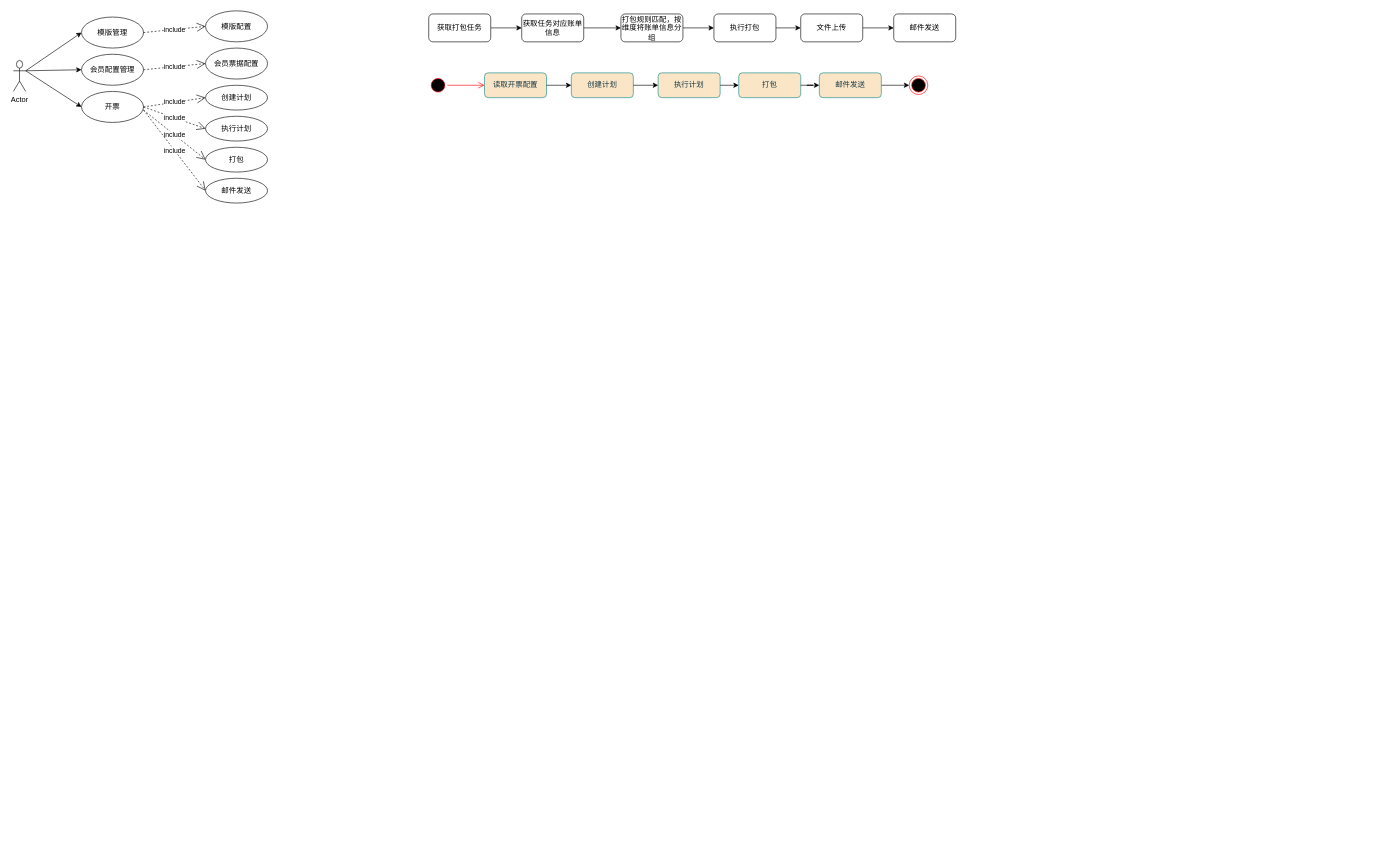
Before: page "第 3 页" (3 of 3) of 未命名绘图.drawio in littleDagron/Helloworld, a draw.io diagram. Source tidied: cells renumbered, new cells numbered last; positions are measured from the earlier drawing's top-left corner, leaving out a move shared by most shapes. Both pictures are drawn from the tidied source at 62%, with x=0, y=0 at pixel (13, 11).
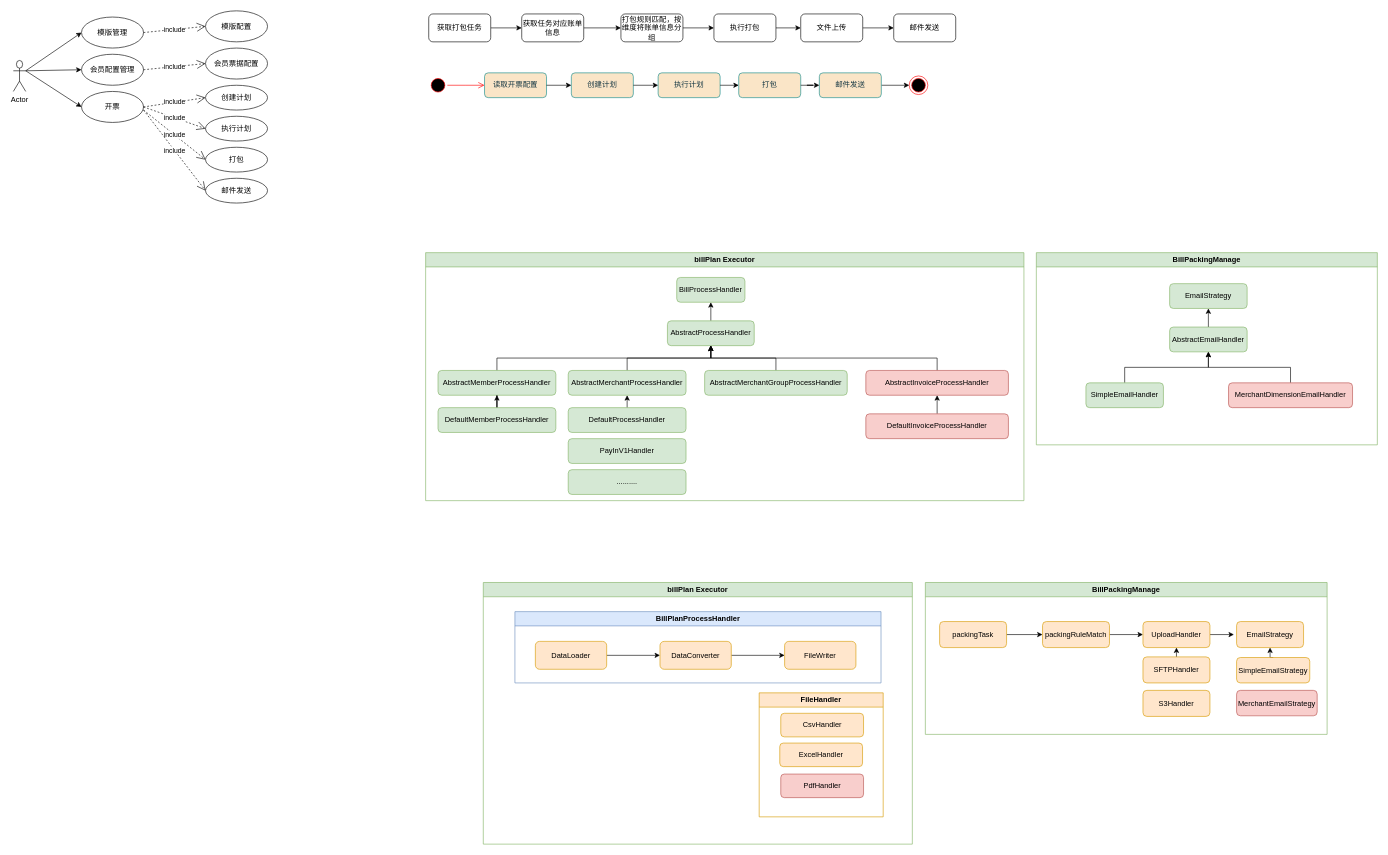
The same page after the edit.

Commit message:
更新未命名绘图.drawio

What changed in the source:
```diff
@@
+    <mxCell id="46" value="billPlan Executor" style="swimlane;whiteSpace=wrap;html=1;fillColor=#d5e8d4;strokeColor=#82b366;" parent="1" vertex="1">
+      <mxGeometry x="665" y="390" width="965" height="400" as="geometry" />
+    </mxCell>
+    <mxCell id="47" value="BillProcessHandler" style="rounded=1;whiteSpace=wrap;html=1;fillColor=#d5e8d4;strokeColor=#82b366;" parent="46" vertex="1">
+      <mxGeometry x="405" y="40" width="110" height="40" as="geometry" />
+    </mxCell>
+    <mxCell id="48" style="edgeStyle=orthogonalEdgeStyle;rounded=0;jettySize=auto;html=1;exitX=0.5;exitY=0;exitDx=0;exitDy=0;entryX=0.5;entryY=1;entryDx=0;entryDy=0;" parent="46" edge="1" source="49" target="47">
+      <mxGeometry relative="1" as="geometry" />
+    </mxCell>
+    <mxCell id="49" value="AbstractProcessHandler" style="rounded=1;whiteSpace=wrap;html=1;fillColor=#d5e8d4;strokeColor=#82b366;" parent="46" vertex="1">
+      <mxGeometry x="390" y="110" width="140" height="40" as="geometry" />
+    </mxCell>
+    <mxCell id="50" style="edgeStyle=orthogonalEdgeStyle;rounded=0;jettySize=auto;html=1;exitX=0.5;exitY=0;exitDx=0;exitDy=0;entryX=0.5;entryY=1;entryDx=0;entryDy=0;" parent="46" edge="1" source="51" target="49">
+      <mxGeometry relative="1" as="geometry" />
+    </mxCell>
+    <mxCell id="51" value="AbstractMemberProcessHandler" style="rounded=1;whiteSpace=wrap;html=1;fillColor=#d5e8d4;strokeColor=#82b366;" parent="46" vertex="1">
+      <mxGeometry x="20" y="190" width="190" height="40" as="geometry" />
+    </mxCell>
+    <mxCell id="52" style="edgeStyle=orthogonalEdgeStyle;rounded=0;jettySize=auto;html=1;exitX=0.5;exitY=0;exitDx=0;exitDy=0;entryX=0.5;entryY=1;entryDx=0;entryDy=0;" parent="46" edge="1" source="53" target="49">
+      <mxGeometry relative="1" as="geometry" />
+    </mxCell>
+    <mxCell id="53" value="AbstractMerchantProcessHandler" style="rounded=1;whiteSpace=wrap;html=1;fillColor=#d5e8d4;strokeColor=#82b366;" parent="46" vertex="1">
+      <mxGeometry x="230" y="190" width="190" height="40" as="geometry" />
+    </mxCell>
+    <mxCell id="54" style="edgeStyle=orthogonalEdgeStyle;rounded=0;jettySize=auto;html=1;exitX=0.5;exitY=0;exitDx=0;exitDy=0;entryX=0.5;entryY=1;entryDx=0;entryDy=0;" parent="46" edge="1" source="55" target="49">
+      <mxGeometry relative="1" as="geometry" />
+    </mxCell>
+    <mxCell id="55" value="AbstractMerchantGroupProcessHandler" style="rounded=1;whiteSpace=wrap;html=1;fillColor=#d5e8d4;strokeColor=#82b366;" parent="46" vertex="1">
+      <mxGeometry x="450" y="190" width="230" height="40" as="geometry" />
+    </mxCell>
+    <mxCell id="56" style="edgeStyle=orthogonalEdgeStyle;rounded=0;jettySize=auto;html=1;exitX=0.5;exitY=0;exitDx=0;exitDy=0;entryX=0.5;entryY=1;entryDx=0;entryDy=0;" parent="46" edge="1" source="57" target="49">
+      <mxGeometry relative="1" as="geometry" />
+    </mxCell>
+    <mxCell id="57" value="AbstractInvoiceProcessHandler" style="rounded=1;whiteSpace=wrap;html=1;fillColor=#f8cecc;strokeColor=#b85450;" parent="46" vertex="1">
+      <mxGeometry x="710" y="190" width="230" height="40" as="geometry" />
+    </mxCell>
+    <mxCell id="58" style="edgeStyle=orthogonalEdgeStyle;rounded=0;jettySize=auto;html=1;exitX=0.5;exitY=0;exitDx=0;exitDy=0;entryX=0.5;entryY=1;entryDx=0;entryDy=0;" parent="46" edge="1" source="59" target="57">
+      <mxGeometry relative="1" as="geometry" />
+    </mxCell>
+    <mxCell id="59" value="DefaultInvoiceProcessHandler" style="rounded=1;whiteSpace=wrap;html=1;fillColor=#f8cecc;strokeColor=#b85450;" parent="46" vertex="1">
+      <mxGeometry x="710" y="260" width="230" height="40" as="geometry" />
+    </mxCell>
+    <mxCell id="60" style="edgeStyle=orthogonalEdgeStyle;rounded=0;jettySize=auto;html=1;exitX=0.5;exitY=0;exitDx=0;exitDy=0;entryX=0.5;entryY=1;entryDx=0;entryDy=0;" parent="46" edge="1" source="61" target="53">
+      <mxGeometry relative="1" as="geometry" />
+    </mxCell>
+    <mxCell id="61" value="DefaultProcessHandler" style="rounded=1;whiteSpace=wrap;html=1;fillColor=#d5e8d4;strokeColor=#82b366;" parent="46" vertex="1">
+      <mxGeometry x="230" y="250" width="190" height="40" as="geometry" />
+    </mxCell>
+    <mxCell id="62" value="PayInV1Handler" style="rounded=1;whiteSpace=wrap;html=1;fillColor=#d5e8d4;strokeColor=#82b366;" parent="46" vertex="1">
+      <mxGeometry x="230" y="300" width="190" height="40" as="geometry" />
+    </mxCell>
+    <mxCell id="63" value=".........." style="rounded=1;whiteSpace=wrap;html=1;fillColor=#d5e8d4;strokeColor=#82b366;" parent="46" vertex="1">
+      <mxGeometry x="230" y="350" width="190" height="40" as="geometry" />
+    </mxCell>
+    <mxCell id="64" style="edgeStyle=orthogonalEdgeStyle;rounded=0;jettySize=auto;html=1;exitX=0.5;exitY=0;exitDx=0;exitDy=0;" parent="46" edge="1" source="65" target="51">
+      <mxGeometry relative="1" as="geometry" />
+    </mxCell>
+    <mxCell id="65" value="DefaultMemberProcessHandler" style="rounded=1;whiteSpace=wrap;html=1;fillColor=#d5e8d4;strokeColor=#82b366;" parent="46" vertex="1">
+      <mxGeometry x="20" y="250" width="190" height="40" as="geometry" />
+    </mxCell>
+    <mxCell id="66" value="BillPackingManage" style="swimlane;whiteSpace=wrap;html=1;fillColor=#d5e8d4;strokeColor=#82b366;" parent="1" vertex="1">
+      <mxGeometry x="1650" y="390" width="550" height="310" as="geometry" />
+    </mxCell>
+    <mxCell id="67" value="EmailStrategy" style="rounded=1;whiteSpace=wrap;html=1;fillColor=#d5e8d4;strokeColor=#82b366;" parent="66" vertex="1">
+      <mxGeometry x="215" y="50" width="125" height="40" as="geometry" />
+    </mxCell>
+    <mxCell id="68" style="edgeStyle=orthogonalEdgeStyle;rounded=0;jettySize=auto;html=1;exitX=0.5;exitY=0;exitDx=0;exitDy=0;entryX=0.5;entryY=1;entryDx=0;entryDy=0;" parent="66" edge="1" source="69" target="67">
+      <mxGeometry relative="1" as="geometry" />
+    </mxCell>
+    <mxCell id="69" value="AbstractEmailHandler" style="rounded=1;whiteSpace=wrap;html=1;fillColor=#d5e8d4;strokeColor=#82b366;" parent="66" vertex="1">
+      <mxGeometry x="215" y="120" width="125" height="40" as="geometry" />
+    </mxCell>
+    <mxCell id="70" style="edgeStyle=orthogonalEdgeStyle;rounded=0;jettySize=auto;html=1;exitX=0.5;exitY=0;exitDx=0;exitDy=0;entryX=0.5;entryY=1;entryDx=0;entryDy=0;" parent="66" edge="1" source="71" target="69">
+      <mxGeometry relative="1" as="geometry" />
+    </mxCell>
+    <mxCell id="71" value="SimpleEmailHandler" style="rounded=1;whiteSpace=wrap;html=1;fillColor=#d5e8d4;strokeColor=#82b366;" parent="66" vertex="1">
+      <mxGeometry x="80" y="210" width="125" height="40" as="geometry" />
+    </mxCell>
+    <mxCell id="72" style="edgeStyle=orthogonalEdgeStyle;rounded=0;jettySize=auto;html=1;exitX=0.5;exitY=0;exitDx=0;exitDy=0;entryX=0.5;entryY=1;entryDx=0;entryDy=0;" parent="66" edge="1" source="73" target="69">
+      <mxGeometry relative="1" as="geometry" />
+    </mxCell>
+    <mxCell id="73" value="MerchantDimensionEmailHandler" style="rounded=1;whiteSpace=wrap;html=1;fillColor=#f8cecc;strokeColor=#b85450;" parent="66" vertex="1">
+      <mxGeometry x="310" y="210" width="200" height="40" as="geometry" />
+    </mxCell>
+    <mxCell id="74" value="billPlan Executor" style="swimlane;whiteSpace=wrap;html=1;fillColor=#d5e8d4;strokeColor=#82b366;" parent="1" vertex="1">
+      <mxGeometry x="758" y="922" width="692" height="422" as="geometry" />
+    </mxCell>
+    <mxCell id="75" value="BillPlanProcessHandler" style="swimlane;whiteSpace=wrap;html=1;fillColor=#dae8fc;strokeColor=#6c8ebf;" parent="74" vertex="1">
+      <mxGeometry x="51" y="47" width="590.5" height="115" as="geometry" />
+    </mxCell>
+    <mxCell id="76" style="edgeStyle=orthogonalEdgeStyle;rounded=0;jettySize=auto;html=1;exitX=1;exitY=0.5;exitDx=0;exitDy=0;entryX=0;entryY=0.5;entryDx=0;entryDy=0;" parent="75" edge="1" source="77" target="79">
+      <mxGeometry relative="1" as="geometry" />
+    </mxCell>
+    <mxCell id="77" value="DataLoader" style="rounded=1;whiteSpace=wrap;html=1;fillColor=#ffe6cc;strokeColor=#d79b00;" parent="75" vertex="1">
+      <mxGeometry x="33" y="48" width="115" height="45" as="geometry" />
+    </mxCell>
+    <mxCell id="78" style="edgeStyle=orthogonalEdgeStyle;rounded=0;jettySize=auto;html=1;exitX=1;exitY=0.5;exitDx=0;exitDy=0;entryX=0;entryY=0.5;entryDx=0;entryDy=0;" parent="75" edge="1" source="79" target="80">
+      <mxGeometry relative="1" as="geometry" />
+    </mxCell>
+    <mxCell id="79" value="DataConverter" style="rounded=1;whiteSpace=wrap;html=1;fillColor=#ffe6cc;strokeColor=#d79b00;" parent="75" vertex="1">
+      <mxGeometry x="234" y="48" width="115" height="45" as="geometry" />
+    </mxCell>
+    <mxCell id="80" value="FileWriter" style="rounded=1;whiteSpace=wrap;html=1;fillColor=#ffe6cc;strokeColor=#d79b00;" parent="75" vertex="1">
+      <mxGeometry x="435" y="48" width="115" height="45" as="geometry" />
+    </mxCell>
+    <mxCell id="81" value="FileHandler" style="swimlane;whiteSpace=wrap;html=1;fillColor=#ffe6cc;strokeColor=#d79b00;" parent="74" vertex="1">
+      <mxGeometry x="445" y="178" width="200" height="200" as="geometry" />
+    </mxCell>
+    <mxCell id="82" value="CsvHandler" style="rounded=1;whiteSpace=wrap;html=1;fillColor=#ffe6cc;strokeColor=#d79b00;" parent="81" vertex="1">
+      <mxGeometry x="34.8" y="33" width="133.5" height="38" as="geometry" />
+    </mxCell>
+    <mxCell id="83" value="ExcelHandler" style="rounded=1;whiteSpace=wrap;html=1;fillColor=#ffe6cc;strokeColor=#d79b00;" parent="81" vertex="1">
+      <mxGeometry x="33.2" y="81" width="133.5" height="38" as="geometry" />
+    </mxCell>
+    <mxCell id="84" value="PdfHandler" style="rounded=1;whiteSpace=wrap;html=1;fillColor=#f8cecc;strokeColor=#b85450;" parent="81" vertex="1">
+      <mxGeometry x="34.8" y="131" width="133.5" height="38" as="geometry" />
+    </mxCell>
+    <mxCell id="85" value="BillPackingManage" style="swimlane;whiteSpace=wrap;html=1;fillColor=#d5e8d4;strokeColor=#82b366;" parent="1" vertex="1">
+      <mxGeometry x="1471" y="922" width="648" height="245" as="geometry" />
+    </mxCell>
+    <mxCell id="86" style="edgeStyle=orthogonalEdgeStyle;rounded=0;jettySize=auto;html=1;exitX=1;exitY=0.5;exitDx=0;exitDy=0;entryX=0;entryY=0.5;entryDx=0;entryDy=0;" parent="85" edge="1" source="87" target="89">
+      <mxGeometry relative="1" as="geometry" />
+    </mxCell>
+    <mxCell id="87" value="packingTask" style="rounded=1;whiteSpace=wrap;html=1;fillColor=#ffe6cc;strokeColor=#d79b00;" parent="85" vertex="1">
+      <mxGeometry x="23" y="63" width="108" height="42" as="geometry" />
+    </mxCell>
+    <mxCell id="88" style="edgeStyle=orthogonalEdgeStyle;rounded=0;jettySize=auto;html=1;exitX=1;exitY=0.5;exitDx=0;exitDy=0;" parent="85" edge="1" source="89" target="91">
+      <mxGeometry relative="1" as="geometry" />
+    </mxCell>
+    <mxCell id="89" value="packingRuleMatch" style="rounded=1;whiteSpace=wrap;html=1;fillColor=#ffe6cc;strokeColor=#d79b00;" parent="85" vertex="1">
+      <mxGeometry x="189" y="63" width="108" height="42" as="geometry" />
+    </mxCell>
+    <mxCell id="90" style="edgeStyle=orthogonalEdgeStyle;rounded=0;jettySize=auto;html=1;exitX=1;exitY=0.5;exitDx=0;exitDy=0;" parent="85" edge="1" source="91">
+      <mxGeometry relative="1" as="geometry">
+        <mxPoint x="497.7" y="83.9" as="targetPoint" />
+      </mxGeometry>
+    </mxCell>
+    <mxCell id="91" value="UploadHandler" style="rounded=1;whiteSpace=wrap;html=1;fillColor=#ffe6cc;strokeColor=#d79b00;" parent="85" vertex="1">
+      <mxGeometry x="351" y="63" width="108" height="42" as="geometry" />
+    </mxCell>
+    <mxCell id="92" style="edgeStyle=orthogonalEdgeStyle;rounded=0;jettySize=auto;html=1;exitX=0.5;exitY=0;exitDx=0;exitDy=0;entryX=0.5;entryY=1;entryDx=0;entryDy=0;" parent="85" edge="1" source="93" target="91">
+      <mxGeometry relative="1" as="geometry" />
+    </mxCell>
+    <mxCell id="93" value="SFTPHandler" style="rounded=1;whiteSpace=wrap;html=1;fillColor=#ffe6cc;strokeColor=#d79b00;" parent="85" vertex="1">
+      <mxGeometry x="351" y="120" width="108" height="42" as="geometry" />
+    </mxCell>
+    <mxCell id="94" value="S3Handler" style="rounded=1;whiteSpace=wrap;html=1;fillColor=#ffe6cc;strokeColor=#d79b00;" parent="85" vertex="1">
+      <mxGeometry x="351" y="174" width="108" height="42" as="geometry" />
+    </mxCell>
+    <mxCell id="95" value="EmailStrategy" style="rounded=1;whiteSpace=wrap;html=1;fillColor=#ffe6cc;strokeColor=#d79b00;" parent="85" vertex="1">
+      <mxGeometry x="502" y="63" width="108" height="42" as="geometry" />
+    </mxCell>
+    <mxCell id="96" style="edgeStyle=orthogonalEdgeStyle;rounded=0;jettySize=auto;html=1;exitX=0.5;exitY=0;exitDx=0;exitDy=0;entryX=0.5;entryY=1;entryDx=0;entryDy=0;" parent="85" edge="1" source="97" target="95">
+      <mxGeometry relative="1" as="geometry" />
+    </mxCell>
+    <mxCell id="97" value="SimpleEmailStrategy" style="rounded=1;whiteSpace=wrap;html=1;fillColor=#ffe6cc;strokeColor=#d79b00;" parent="85" vertex="1">
+      <mxGeometry x="502" y="121" width="118" height="41" as="geometry" />
+    </mxCell>
+    <mxCell id="98" value="MerchantEmailStrategy" style="rounded=1;whiteSpace=wrap;html=1;fillColor=#f8cecc;strokeColor=#b85450;" parent="85" vertex="1">
+      <mxGeometry x="502" y="174" width="130" height="41" as="geometry" />
+    </mxCell>
```
